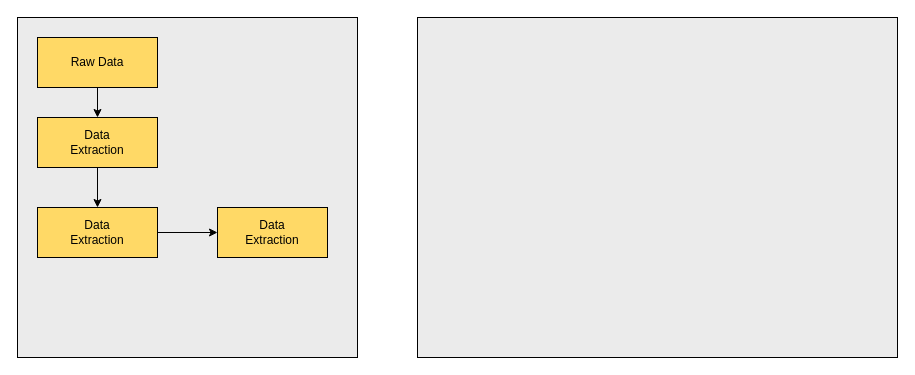
This is covid-tracker/Untitled Diagram.drawio from thorat-pratik/covid-tracker, a draw.io file, before an edit. Source tidied: cells renumbered, new cells numbered last; positions are measured from the earlier drawing's top-left corner, leaving out a move shared by most shapes. Both pictures are drawn from the tidied source at 100%, with x=0, y=0 at pixel (17, 17).
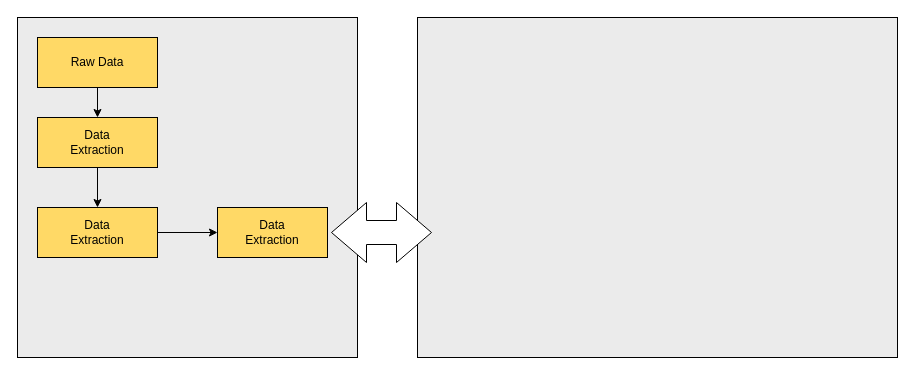
The same page after the edit.

What changed in the source:
```diff
@@
 <mxGraphModel>
   <root>
     <mxCell id="0" />
     <mxCell id="1" parent="0" />
     <mxCell id="2" style="whiteSpace=wrap;html=1;fillColor=#EBEBEB;" parent="1" vertex="1">
       <mxGeometry width="340" height="340" as="geometry" />
     </mxCell>
     <mxCell id="3" style="edgeStyle=orthogonalEdgeStyle;rounded=0;jettySize=auto;html=1;" parent="1" edge="1" source="4" target="6">
       <mxGeometry relative="1" as="geometry" />
     </mxCell>
     <mxCell id="4" value="Raw Data" style="rounded=0;whiteSpace=wrap;html=1;fillColor=#FFD966;" parent="1" vertex="1">
       <mxGeometry x="20" y="20" width="120" height="50" as="geometry" />
     </mxCell>
     <mxCell id="5" style="edgeStyle=orthogonalEdgeStyle;rounded=0;jettySize=auto;html=1;" parent="1" edge="1" source="6" target="8">
       <mxGeometry relative="1" as="geometry" />
     </mxCell>
     <mxCell id="6" value="Data &lt;br&gt;Extraction" style="rounded=0;whiteSpace=wrap;html=1;fillColor=#FFD966;" parent="1" vertex="1">
       <mxGeometry x="20" y="100" width="120" height="50" as="geometry" />
     </mxCell>
     <mxCell id="7" style="edgeStyle=orthogonalEdgeStyle;rounded=0;jettySize=auto;html=1;" parent="1" edge="1" source="8" target="9">
       <mxGeometry relative="1" as="geometry" />
     </mxCell>
     <mxCell id="8" value="Data &lt;br&gt;Extraction" style="rounded=0;whiteSpace=wrap;html=1;fillColor=#FFD966;" parent="1" vertex="1">
       <mxGeometry x="20" y="190" width="120" height="50" as="geometry" />
     </mxCell>
     <mxCell id="9" value="Data &lt;br&gt;Extraction" style="rounded=0;whiteSpace=wrap;html=1;fillColor=#FFD966;" parent="1" vertex="1">
       <mxGeometry x="200" y="190" width="110" height="50" as="geometry" />
     </mxCell>
     <mxCell id="10" style="rounded=0;whiteSpace=wrap;html=1;fillColor=#EBEBEB;" parent="1" vertex="1">
       <mxGeometry x="400" width="480" height="340" as="geometry" />
     </mxCell>
+    <mxCell id="11" style="html=1;shadow=0;dashed=0;align=center;verticalAlign=middle;shape=mxgraph.arrows2.twoWayArrow;dy=0.6;dx=35;" parent="1" vertex="1">
+      <mxGeometry x="314" y="185" width="100" height="60" as="geometry" />
+    </mxCell>
   </root>
 </mxGraphModel>
```
